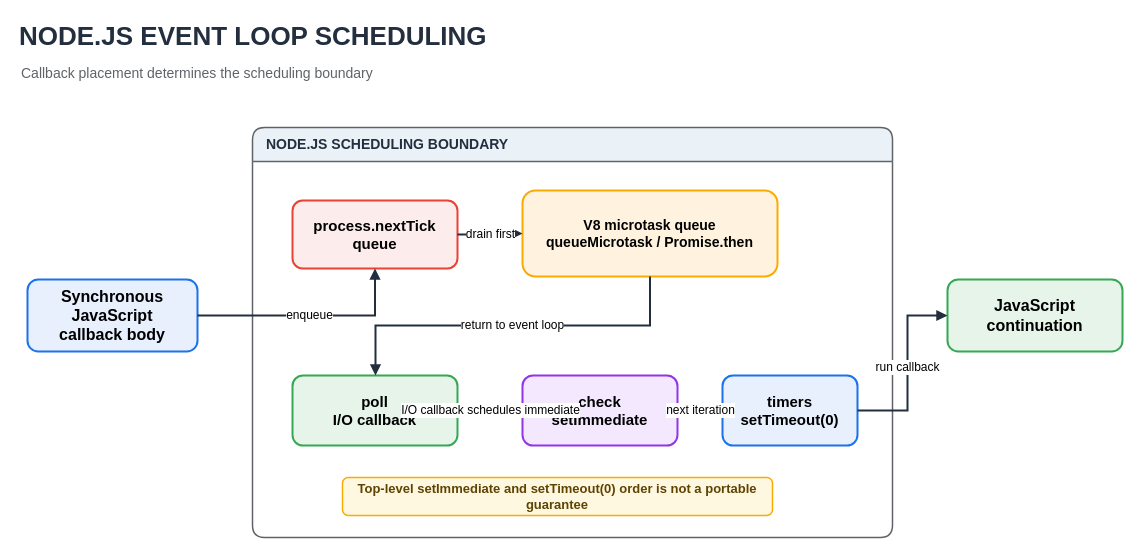
KKamJi98/kkamji98.github.io keeps this draw.io diagram as assets/img/nodejs/node-event-loop-scheduling-flow.drawio. Above is the earlier version. Source tidied: cells renumbered, new cells numbered last; positions are measured from the earlier drawing's top-left corner, leaving out a move shared by most shapes. Both pictures are drawn from the tidied source at 100%, with x=0, y=0 at pixel (17, 17).
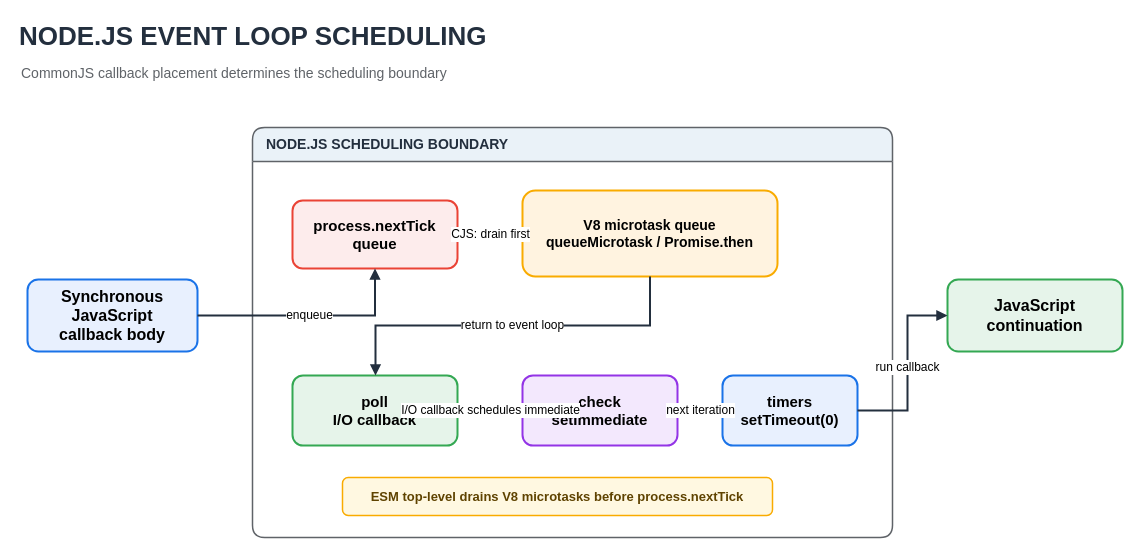
After the change.

The change refers to these unchanged cells:
```xml
<mxCell id="6" value="process.nextTick&lt;br&gt;queue" style="rounded=1;whiteSpace=wrap;html=1;fillColor=#FDECEC;strokeColor=#EA4335;strokeWidth=2;fontColor=#000000;fontSize=15;fontStyle=1;" parent="1" vertex="1">
  <mxGeometry x="275" y="183" width="165" height="68" as="geometry" />
</mxCell>
<mxCell id="7" value="V8 microtask queue&lt;br&gt;queueMicrotask / Promise.then" style="rounded=1;whiteSpace=wrap;html=1;fillColor=#FFF3E0;strokeColor=#F9AB00;strokeWidth=2;fontColor=#000000;fontSize=14;fontStyle=1;" parent="1" vertex="1">
  <mxGeometry x="505" y="173" width="255" height="86" as="geometry" />
</mxCell>
```

The edit, as a diff of the source:
```diff
@@
-    <mxCell id="3" value="Callback placement determines the scheduling boundary" style="text;html=1;strokeColor=none;fillColor=none;align=left;verticalAlign=middle;fontSize=14;fontColor=#5F6368;" parent="1" vertex="1">
+    <mxCell id="3" value="CommonJS callback placement determines the scheduling boundary" style="text;html=1;strokeColor=none;fillColor=none;align=left;verticalAlign=middle;fontSize=14;fontColor=#5F6368;" parent="1" vertex="1">
       <mxGeometry x="2" y="44" width="700" height="24" as="geometry" />
     </mxCell>
@@
-    <mxCell id="13" value="drain first" style="edgeStyle=orthogonalEdgeStyle;rounded=0;html=1;strokeColor=#232F3E;strokeWidth=2;endArrow=block;endFill=1;fontColor=#000000;fontSize=12;labelBackgroundColor=#FFFFFF;" parent="1" edge="1" source="6" target="7">
+    <mxCell id="13" value="CJS: drain first" style="edgeStyle=orthogonalEdgeStyle;rounded=0;html=1;strokeColor=#232F3E;strokeWidth=2;endArrow=block;endFill=1;fontColor=#000000;fontSize=12;labelBackgroundColor=#FFFFFF;" parent="1" edge="1" source="6" target="7">
       <mxGeometry relative="1" as="geometry" />
     </mxCell>
@@
-    <mxCell id="18" value="Top-level setImmediate and setTimeout(0) order is not a portable guarantee" style="rounded=1;whiteSpace=wrap;html=1;fillColor=#FFF8E1;strokeColor=#F9AB00;strokeWidth=1.5;fontColor=#5F4300;fontSize=13;fontStyle=1;" parent="1" vertex="1">
+    <mxCell id="18" value="ESM top-level drains V8 microtasks before process.nextTick" style="rounded=1;whiteSpace=wrap;html=1;fillColor=#FFF8E1;strokeColor=#F9AB00;strokeWidth=1.5;fontColor=#5F4300;fontSize=13;fontStyle=1;" parent="1" vertex="1">
       <mxGeometry x="325" y="460" width="430" height="38" as="geometry" />
     </mxCell>
```
